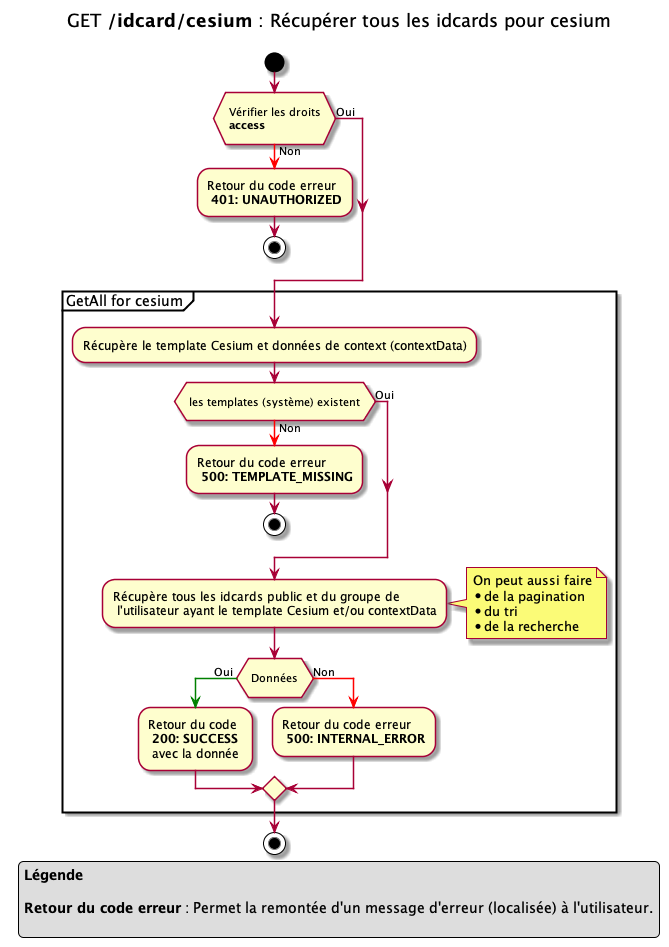
cogirep/documentation keeps this PlantUML diagram as 01.byd-DataFactory/1.ArchitectureDossier/images/idcard_getAll_cesium.png. Above is the earlier version.
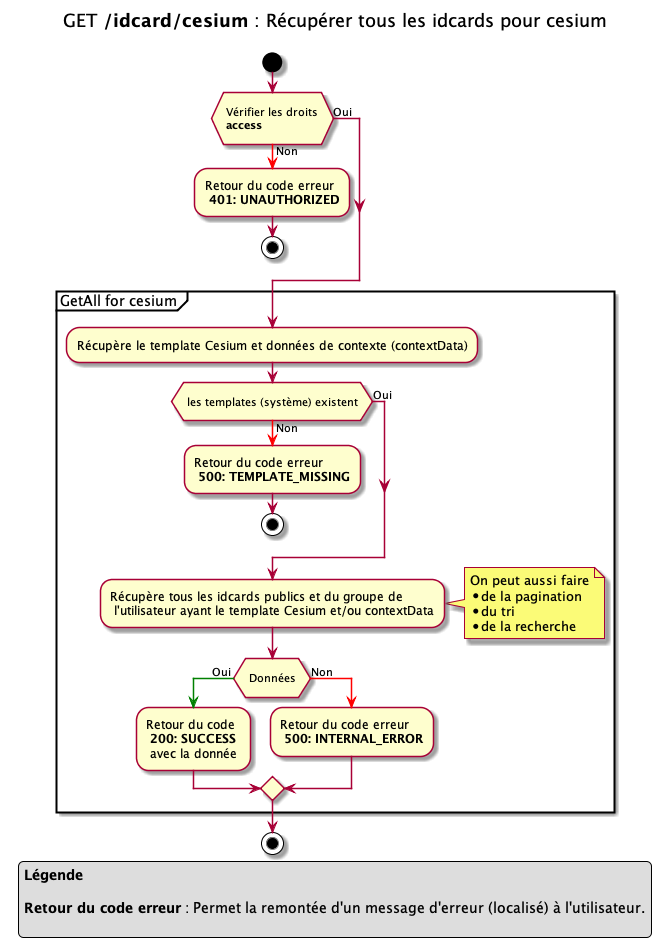
The same file after the commit.

The edit, as a diff of the source:
```diff
@@ -15,14 +15,14 @@
 
 
 partition "GetAll for cesium " {
-    -Récupère le template Cesium et données de context (contextData)
+    -Récupère le template Cesium et données de contexte (contextData)
     if ( \n les templates (système) existent \n )
         -[#red]-> Non ;
         -Retour du code erreur \n **500: TEMPLATE_MISSING**
         stop
     else (Oui)
     endif
-    -Récupère tous les idcards public et du groupe de \n l'utilisateur ayant le template Cesium et/ou contextData
+    -Récupère tous les idcards publics et du groupe de \n l'utilisateur ayant le template Cesium et/ou contextData
     note right
     On peut aussi faire
     * de la pagination
@@ -45,7 +45,7 @@
 legend
 **Légende**
 
-**Retour du code erreur** : Permet la remontée d'un message d'erreur (localisée) à l'utilisateur.
+**Retour du code erreur** : Permet la remontée d'un message d'erreur (localisé) à l'utilisateur.
 
 endlegend
 
```
